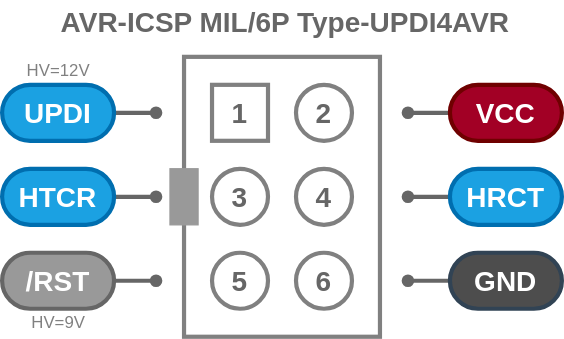
Earlier version of the draw.io export svg/AVR-ICSP-M6P-UPDI4AVR.drawio.svg (askn37/askn37.github.io). Source tidied: cells renumbered, new cells last; positions are measured from the earlier drawing's top-left corner, leaving out a move shared by most shapes.
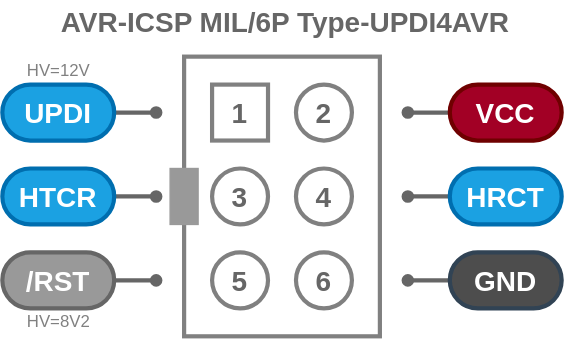
After the commit.

The edit, as a diff of the source:
```diff
@@ -70,8 +70,8 @@
     <mxCell id="19" value="AVR-ICSP MIL/6P Type-UPDI4AVR" style="text;html=1;align=center;verticalAlign=middle;strokeColor=none;fillColor=none;fontSize=20;fontColor=#666666;fontStyle=1;" parent="1" vertex="1">
       <mxGeometry x="32" width="340" height="30" as="geometry" />
     </mxCell>
-    <mxCell id="20" value="HV=9V" style="text;html=1;align=center;verticalAlign=middle;strokeColor=none;fillColor=none;fontColor=#808080;" parent="1" vertex="1">
-      <mxGeometry x="15" y="220" width="50" height="20" as="geometry" />
+    <mxCell id="20" value="HV=8V2" style="text;html=1;align=center;verticalAlign=middle;strokeColor=none;fillColor=none;fontColor=#808080;" parent="1" vertex="1">
+      <mxGeometry x="5" y="215" width="70" height="30" as="geometry" />
     </mxCell>
     <mxCell id="21" value="HV=12V" style="text;html=1;align=center;verticalAlign=middle;strokeColor=none;fillColor=none;fontColor=#808080;" parent="1" vertex="1">
       <mxGeometry x="10" y="40" width="60" height="20" as="geometry" />
```
